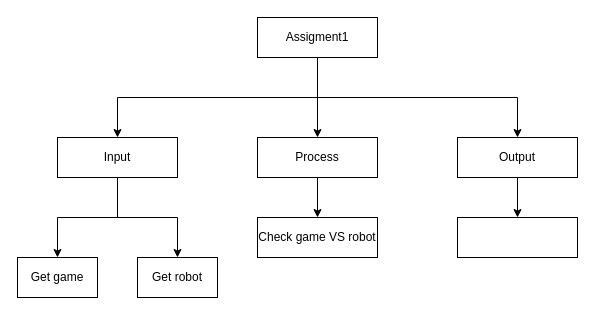
Earlier version of the draw.io diagram pictures/assigment1(2).drawio (Igor-Zhelezniak-1/ics4u-assigment-1-typescript). Source tidied: cells renumbered, new cells numbered last; positions are measured from the earlier drawing's top-left corner, leaving out a move shared by most shapes. Both pictures are drawn from the tidied source at 100%, with x=0, y=0 at pixel (17, 17).
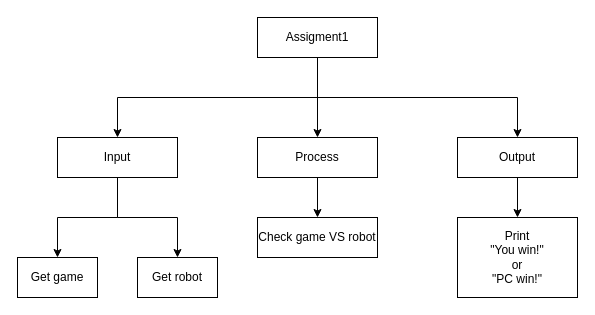
After the change.

The edit, as a diff of the source:
```diff
@@
-    <mxCell id="16" style="rounded=0;whiteSpace=wrap;html=1;" parent="1" vertex="1">
-      <mxGeometry x="440" y="200" width="120" height="40" as="geometry" />
+    <mxCell id="16" value="Print &lt;br&gt;&quot;You win!&quot;&lt;br&gt;or&lt;br&gt;&quot;PC win!&quot;" style="rounded=0;whiteSpace=wrap;html=1;" parent="1" vertex="1">
+      <mxGeometry x="440" y="200" width="120" height="80" as="geometry" />
     </mxCell>
```
